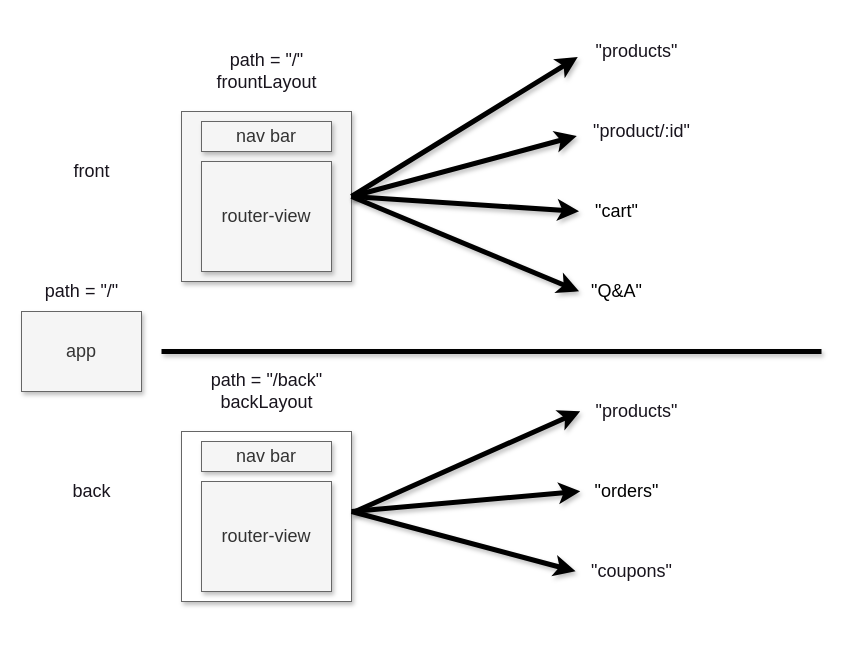
This is router.drawio from NekoBoxy/vue-winter-works-week7, a draw.io file, before an edit. Source tidied: cells renumbered, new cells numbered last; positions are measured from the earlier drawing's top-left corner, leaving out a move shared by most shapes. Both pictures are drawn from the tidied source at 100%, with x=0, y=0 at pixel (21, 31).
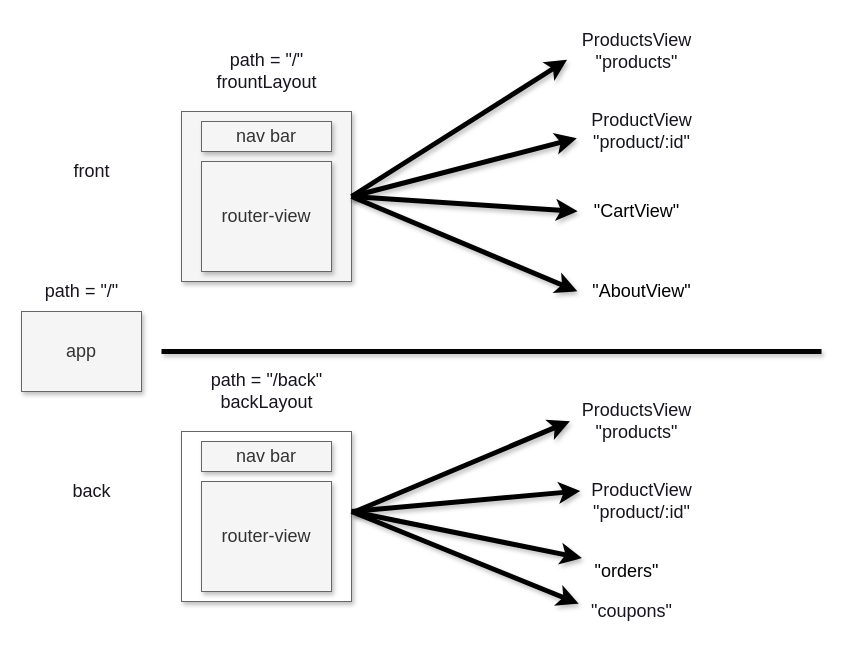
Above is the later version.

Diff of the diagram source:
```diff
@@
-    <mxCell id="16" value="&quot;products&quot;" style="text;html=1;align=center;verticalAlign=middle;points=[];fontSize=18;shadow=1;strokeColor=none;fontColor=#18141d;" parent="1" vertex="1">
-      <mxGeometry x="560" width="110" height="40" as="geometry" />
+    <mxCell id="16" value="ProductsView&lt;br&gt;&quot;products&quot;" style="text;html=1;align=center;verticalAlign=middle;points=[];fontSize=18;shadow=1;strokeColor=none;fontColor=#18141d;" parent="1" vertex="1">
+      <mxGeometry x="550" y="-10" width="130" height="60" as="geometry" />
     </mxCell>
-    <mxCell id="17" value="&quot;product/:id&quot;" style="text;html=1;align=center;verticalAlign=middle;points=[];fontSize=18;shadow=1;strokeColor=none;fontColor=#18141d;" parent="1" vertex="1">
-      <mxGeometry x="560" y="80" width="120" height="40" as="geometry" />
+    <mxCell id="17" value="ProductView&lt;br&gt;&quot;product/:id&quot;" style="text;html=1;align=center;verticalAlign=middle;points=[];fontSize=18;shadow=1;strokeColor=none;fontColor=#18141d;" parent="1" vertex="1">
+      <mxGeometry x="560" y="70" width="120" height="60" as="geometry" />
     </mxCell>
-    <mxCell id="18" value="&quot;cart&quot;" style="text;html=1;align=center;verticalAlign=middle;points=[];fontSize=18;shadow=1;strokeWidth=5;strokeColor=none;fontColor=#000000;" parent="1" vertex="1">
-      <mxGeometry x="560" y="160" width="70" height="40" as="geometry" />
+    <mxCell id="18" value="&quot;CartView&quot;" style="text;html=1;align=center;verticalAlign=middle;points=[];fontSize=18;shadow=1;strokeWidth=5;strokeColor=none;fontColor=#000000;" parent="1" vertex="1">
+      <mxGeometry x="560" y="160" width="110" height="40" as="geometry" />
     </mxCell>
-    <mxCell id="19" value="&quot;Q&amp;amp;A&quot;" style="text;html=1;align=center;verticalAlign=middle;points=[];fontSize=18;shadow=1;strokeWidth=5;strokeColor=none;fontColor=#000000;" parent="1" vertex="1">
-      <mxGeometry x="560" y="240" width="70" height="40" as="geometry" />
+    <mxCell id="19" value="&quot;AboutView&quot;" style="text;html=1;align=center;verticalAlign=middle;points=[];fontSize=18;shadow=1;strokeWidth=5;strokeColor=none;fontColor=#000000;" parent="1" vertex="1">
+      <mxGeometry x="560" y="240" width="120" height="40" as="geometry" />
     </mxCell>
-    <mxCell id="20" value="&quot;products&quot;" style="text;html=1;align=center;verticalAlign=middle;points=[];fontSize=18;shadow=1;strokeColor=none;fontColor=#18141d;" parent="1" vertex="1">
-      <mxGeometry x="560" y="360" width="110" height="40" as="geometry" />
+    <mxCell id="20" value="ProductsView&lt;br&gt;&quot;products&quot;" style="text;html=1;align=center;verticalAlign=middle;points=[];fontSize=18;shadow=1;strokeColor=none;fontColor=#18141d;" parent="1" vertex="1">
+      <mxGeometry x="550" y="360" width="130" height="60" as="geometry" />
     </mxCell>
     <mxCell id="21" value="&quot;orders&quot;" style="text;html=1;align=center;verticalAlign=middle;points=[];fontSize=18;shadow=1;strokeWidth=5;strokeColor=none;fontColor=#000000;" parent="1" vertex="1">
-      <mxGeometry x="560" y="440" width="90" height="40" as="geometry" />
+      <mxGeometry x="560" y="520" width="90" height="40" as="geometry" />
     </mxCell>
     <mxCell id="22" value="&quot;coupons&quot;" style="text;html=1;align=center;verticalAlign=middle;points=[];fontSize=18;shadow=1;strokeColor=none;fontColor=#18141d;" parent="1" vertex="1">
-      <mxGeometry x="560" y="520" width="100" height="40" as="geometry" />
+      <mxGeometry x="560" y="560" width="100" height="40" as="geometry" />
     </mxCell>
@@
-    <mxCell id="27" style="endArrow=classic;html=1;fontSize=18;entryX=-0.014;entryY=0.496;entryDx=0;entryDy=0;entryPerimeter=0;strokeWidth=5;shadow=1;fontColor=#18141d;strokeColor=#000000;" parent="1" edge="1" target="21">
+    <mxCell id="27" style="endArrow=classic;html=1;fontSize=18;entryX=0.004;entryY=0.165;entryDx=0;entryDy=0;entryPerimeter=0;strokeWidth=5;shadow=1;fontColor=#18141d;strokeColor=#000000;" parent="1" edge="1" target="21">
       <mxGeometry relative="1" as="geometry">
         <mxPoint x="330" y="480" as="sourcePoint" />
       </mxGeometry>
     </mxCell>
-    <mxCell id="28" style="endArrow=classic;html=1;fontSize=18;entryX=-0.059;entryY=0.496;entryDx=0;entryDy=0;entryPerimeter=0;strokeWidth=5;shadow=1;fontColor=#18141d;strokeColor=#000000;" parent="1" edge="1" target="22">
+    <mxCell id="28" style="endArrow=classic;html=1;fontSize=18;entryX=-0.028;entryY=0.305;entryDx=0;entryDy=0;entryPerimeter=0;strokeWidth=5;shadow=1;fontColor=#18141d;strokeColor=#000000;" parent="1" edge="1" target="22">
       <mxGeometry relative="1" as="geometry">
         <mxPoint x="330" y="480" as="sourcePoint" />
       </mxGeometry>
     </mxCell>
+    <mxCell id="29" value="ProductView&lt;br&gt;&quot;product/:id&quot;" style="text;html=1;align=center;verticalAlign=middle;points=[];fontSize=18;shadow=1;strokeColor=none;fontColor=#18141d;" parent="1" vertex="1">
+      <mxGeometry x="560" y="440" width="120" height="60" as="geometry" />
+    </mxCell>
+    <mxCell id="30" style="endArrow=classic;html=1;fontSize=18;strokeWidth=5;shadow=1;fontColor=#18141d;strokeColor=#000000;entryX=-0.01;entryY=0.323;entryDx=0;entryDy=0;entryPerimeter=0;" parent="1" edge="1" target="29">
+      <mxGeometry relative="1" as="geometry">
+        <mxPoint x="330" y="480" as="sourcePoint" />
+      </mxGeometry>
+    </mxCell>
```
